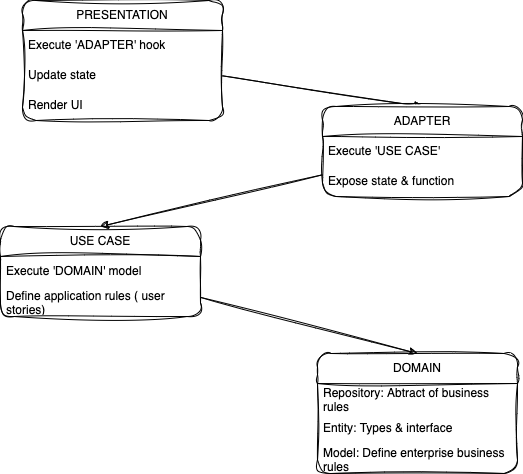
This is CA-flow.drawio.png from milhlhat/react-clean-architecture, a draw.io export, as it was before one commit. Source tidied: cells renumbered, new cells last; positions are measured from the earlier drawing's top-left corner, leaving out a move shared by most shapes. Its diagram source:
```xml
<mxGraphModel>
  <root>
    <mxCell id="0" />
    <mxCell id="1" parent="0" />
    <mxCell id="2" style="edgeStyle=none;html=1;entryX=0.5;entryY=0;entryDx=0;entryDy=0;rounded=1;sketch=1;curveFitting=1;jiggle=2;" parent="1" edge="1" source="3" target="8">
      <mxGeometry relative="1" as="geometry" />
    </mxCell>
    <mxCell id="3" value="PRESENTATION" style="swimlane;fontStyle=0;horizontal=1;startSize=30;whiteSpace=wrap;html=1;rounded=1;sketch=1;curveFitting=1;jiggle=2;" parent="1" vertex="1">
      <mxGeometry x="22" width="200" height="120" as="geometry" />
    </mxCell>
    <mxCell id="4" value="Execute 'ADAPTER' hook" style="text;strokeColor=none;fillColor=none;align=left;verticalAlign=middle;spacingLeft=4;spacingRight=4;overflow=hidden;whiteSpace=wrap;html=1;rounded=1;sketch=1;curveFitting=1;jiggle=2;" parent="3" vertex="1">
      <mxGeometry y="30" width="200" height="30" as="geometry" />
    </mxCell>
    <mxCell id="5" value="Update state" style="text;strokeColor=none;fillColor=none;align=left;verticalAlign=middle;spacingLeft=4;spacingRight=4;overflow=hidden;whiteSpace=wrap;html=1;rounded=1;sketch=1;curveFitting=1;jiggle=2;" parent="3" vertex="1">
      <mxGeometry y="60" width="200" height="30" as="geometry" />
    </mxCell>
    <mxCell id="6" value="Render UI" style="text;strokeColor=none;fillColor=none;align=left;verticalAlign=middle;spacingLeft=4;spacingRight=4;overflow=hidden;whiteSpace=wrap;html=1;rounded=1;sketch=1;curveFitting=1;jiggle=2;" parent="3" vertex="1">
      <mxGeometry y="90" width="200" height="30" as="geometry" />
    </mxCell>
    <mxCell id="7" style="edgeStyle=none;html=1;entryX=0.5;entryY=0;entryDx=0;entryDy=0;rounded=1;sketch=1;curveFitting=1;jiggle=2;" parent="1" edge="1" source="8" target="12">
      <mxGeometry relative="1" as="geometry" />
    </mxCell>
    <mxCell id="8" value="ADAPTER" style="swimlane;fontStyle=0;horizontal=1;startSize=30;whiteSpace=wrap;html=1;rounded=1;sketch=1;curveFitting=1;jiggle=2;" parent="1" vertex="1">
      <mxGeometry x="322" y="106" width="200" height="90" as="geometry" />
    </mxCell>
    <mxCell id="9" value="Execute 'USE CASE'" style="text;strokeColor=none;fillColor=none;align=left;verticalAlign=middle;spacingLeft=4;spacingRight=4;overflow=hidden;whiteSpace=wrap;html=1;rounded=1;sketch=1;curveFitting=1;jiggle=2;" parent="8" vertex="1">
      <mxGeometry y="30" width="200" height="30" as="geometry" />
    </mxCell>
    <mxCell id="10" value="Expose state &amp;amp; function" style="text;strokeColor=none;fillColor=none;align=left;verticalAlign=middle;spacingLeft=4;spacingRight=4;overflow=hidden;whiteSpace=wrap;html=1;rounded=1;sketch=1;curveFitting=1;jiggle=2;" parent="8" vertex="1">
      <mxGeometry y="60" width="200" height="30" as="geometry" />
    </mxCell>
    <mxCell id="11" style="edgeStyle=none;html=1;entryX=0.5;entryY=0;entryDx=0;entryDy=0;rounded=1;sketch=1;curveFitting=1;jiggle=2;" parent="1" edge="1" source="12" target="15">
      <mxGeometry relative="1" as="geometry" />
    </mxCell>
    <mxCell id="12" value="USE CASE" style="swimlane;fontStyle=0;horizontal=1;startSize=30;whiteSpace=wrap;html=1;rounded=1;sketch=1;curveFitting=1;jiggle=2;" parent="1" vertex="1">
      <mxGeometry y="226" width="200" height="90" as="geometry" />
    </mxCell>
    <mxCell id="13" value="Execute 'DOMAIN' model" style="text;strokeColor=none;fillColor=none;align=left;verticalAlign=middle;spacingLeft=4;spacingRight=4;overflow=hidden;whiteSpace=wrap;html=1;rounded=1;sketch=1;curveFitting=1;jiggle=2;" parent="12" vertex="1">
      <mxGeometry y="30" width="200" height="30" as="geometry" />
    </mxCell>
    <mxCell id="14" value="Define application rules ( user stories)" style="text;strokeColor=none;fillColor=none;align=left;verticalAlign=middle;spacingLeft=4;spacingRight=4;overflow=hidden;whiteSpace=wrap;html=1;rounded=1;sketch=1;curveFitting=1;jiggle=2;" parent="12" vertex="1">
      <mxGeometry y="60" width="200" height="30" as="geometry" />
    </mxCell>
    <mxCell id="15" value="DOMAIN" style="swimlane;fontStyle=0;horizontal=1;startSize=30;whiteSpace=wrap;html=1;rounded=1;sketch=1;curveFitting=1;jiggle=2;" parent="1" vertex="1">
      <mxGeometry x="317" y="353" width="200" height="120" as="geometry" />
    </mxCell>
    <mxCell id="16" value="Repository: Abtract of business rules" style="text;strokeColor=none;fillColor=none;align=left;verticalAlign=middle;spacingLeft=4;spacingRight=4;overflow=hidden;whiteSpace=wrap;html=1;rounded=1;sketch=1;curveFitting=1;jiggle=2;" parent="15" vertex="1">
      <mxGeometry y="30" width="200" height="30" as="geometry" />
    </mxCell>
    <mxCell id="17" value="Entity: Types &amp;amp; interface" style="text;strokeColor=none;fillColor=none;align=left;verticalAlign=middle;spacingLeft=4;spacingRight=4;overflow=hidden;whiteSpace=wrap;html=1;rounded=1;sketch=1;curveFitting=1;jiggle=2;" parent="15" vertex="1">
      <mxGeometry y="60" width="200" height="30" as="geometry" />
    </mxCell>
    <mxCell id="18" value="Model: Define enterprise business rules" style="text;strokeColor=none;fillColor=none;align=left;verticalAlign=middle;spacingLeft=4;spacingRight=4;overflow=hidden;whiteSpace=wrap;html=1;rounded=1;sketch=1;curveFitting=1;jiggle=2;" parent="15" vertex="1">
      <mxGeometry y="90" width="200" height="30" as="geometry" />
    </mxCell>
  </root>
</mxGraphModel>
```
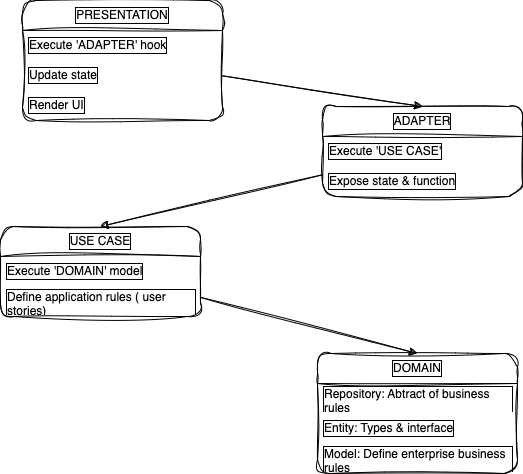
The same diagram one commit later.

The edit, as a diff of the source:
```diff
@@ -1,56 +1,56 @@
-<mxGraphModel>
+<mxGraphModel background="#ffffff">
   <root>
     <mxCell id="0" />
     <mxCell id="1" parent="0" />
-    <mxCell id="2" style="edgeStyle=none;html=1;entryX=0.5;entryY=0;entryDx=0;entryDy=0;rounded=1;sketch=1;curveFitting=1;jiggle=2;" parent="1" edge="1" source="3" target="8">
+    <mxCell id="2" style="edgeStyle=none;html=1;entryX=0.5;entryY=0;entryDx=0;entryDy=0;rounded=1;sketch=1;curveFitting=1;jiggle=2;fontColor=#000000;labelBorderColor=default;" parent="1" edge="1" source="3" target="8">
       <mxGeometry relative="1" as="geometry" />
     </mxCell>
-    <mxCell id="3" value="PRESENTATION" style="swimlane;fontStyle=0;horizontal=1;startSize=30;whiteSpace=wrap;html=1;rounded=1;sketch=1;curveFitting=1;jiggle=2;" parent="1" vertex="1">
+    <mxCell id="3" value="PRESENTATION" style="swimlane;fontStyle=0;horizontal=1;startSize=30;whiteSpace=wrap;html=1;rounded=1;sketch=1;curveFitting=1;jiggle=2;fillColor=none;fontColor=#000000;labelBorderColor=#000000;" parent="1" vertex="1">
       <mxGeometry x="22" width="200" height="120" as="geometry" />
     </mxCell>
-    <mxCell id="4" value="Execute 'ADAPTER' hook" style="text;strokeColor=none;fillColor=none;align=left;verticalAlign=middle;spacingLeft=4;spacingRight=4;overflow=hidden;whiteSpace=wrap;html=1;rounded=1;sketch=1;curveFitting=1;jiggle=2;" parent="3" vertex="1">
+    <mxCell id="4" value="Execute 'ADAPTER' hook" style="text;strokeColor=none;fillColor=none;align=left;verticalAlign=middle;spacingLeft=4;spacingRight=4;overflow=hidden;whiteSpace=wrap;html=1;rounded=1;sketch=1;curveFitting=1;jiggle=2;fontColor=#000000;labelBorderColor=default;" parent="3" vertex="1">
       <mxGeometry y="30" width="200" height="30" as="geometry" />
     </mxCell>
-    <mxCell id="5" value="Update state" style="text;strokeColor=none;fillColor=none;align=left;verticalAlign=middle;spacingLeft=4;spacingRight=4;overflow=hidden;whiteSpace=wrap;html=1;rounded=1;sketch=1;curveFitting=1;jiggle=2;" parent="3" vertex="1">
+    <mxCell id="5" value="Update state" style="text;strokeColor=none;fillColor=none;align=left;verticalAlign=middle;spacingLeft=4;spacingRight=4;overflow=hidden;whiteSpace=wrap;html=1;rounded=1;sketch=1;curveFitting=1;jiggle=2;fontColor=#000000;labelBorderColor=default;" parent="3" vertex="1">
       <mxGeometry y="60" width="200" height="30" as="geometry" />
     </mxCell>
-    <mxCell id="6" value="Render UI" style="text;strokeColor=none;fillColor=none;align=left;verticalAlign=middle;spacingLeft=4;spacingRight=4;overflow=hidden;whiteSpace=wrap;html=1;rounded=1;sketch=1;curveFitting=1;jiggle=2;" parent="3" vertex="1">
+    <mxCell id="6" value="Render UI" style="text;strokeColor=none;fillColor=none;align=left;verticalAlign=middle;spacingLeft=4;spacingRight=4;overflow=hidden;whiteSpace=wrap;html=1;rounded=1;sketch=1;curveFitting=1;jiggle=2;fontColor=#000000;labelBorderColor=default;" parent="3" vertex="1">
       <mxGeometry y="90" width="200" height="30" as="geometry" />
     </mxCell>
-    <mxCell id="7" style="edgeStyle=none;html=1;entryX=0.5;entryY=0;entryDx=0;entryDy=0;rounded=1;sketch=1;curveFitting=1;jiggle=2;" parent="1" edge="1" source="8" target="12">
+    <mxCell id="7" style="edgeStyle=none;html=1;entryX=0.5;entryY=0;entryDx=0;entryDy=0;rounded=1;sketch=1;curveFitting=1;jiggle=2;fontColor=#000000;labelBorderColor=default;" parent="1" edge="1" source="8" target="12">
       <mxGeometry relative="1" as="geometry" />
     </mxCell>
-    <mxCell id="8" value="ADAPTER" style="swimlane;fontStyle=0;horizontal=1;startSize=30;whiteSpace=wrap;html=1;rounded=1;sketch=1;curveFitting=1;jiggle=2;" parent="1" vertex="1">
+    <mxCell id="8" value="ADAPTER" style="swimlane;fontStyle=0;horizontal=1;startSize=30;whiteSpace=wrap;html=1;rounded=1;sketch=1;curveFitting=1;jiggle=2;fillColor=none;fontColor=#000000;labelBorderColor=default;" parent="1" vertex="1">
       <mxGeometry x="322" y="106" width="200" height="90" as="geometry" />
     </mxCell>
-    <mxCell id="9" value="Execute 'USE CASE'" style="text;strokeColor=none;fillColor=none;align=left;verticalAlign=middle;spacingLeft=4;spacingRight=4;overflow=hidden;whiteSpace=wrap;html=1;rounded=1;sketch=1;curveFitting=1;jiggle=2;" parent="8" vertex="1">
+    <mxCell id="9" value="Execute 'USE CASE'" style="text;strokeColor=none;fillColor=none;align=left;verticalAlign=middle;spacingLeft=4;spacingRight=4;overflow=hidden;whiteSpace=wrap;html=1;rounded=1;sketch=1;curveFitting=1;jiggle=2;fontColor=#000000;labelBorderColor=default;" parent="8" vertex="1">
       <mxGeometry y="30" width="200" height="30" as="geometry" />
     </mxCell>
-    <mxCell id="10" value="Expose state &amp;amp; function" style="text;strokeColor=none;fillColor=none;align=left;verticalAlign=middle;spacingLeft=4;spacingRight=4;overflow=hidden;whiteSpace=wrap;html=1;rounded=1;sketch=1;curveFitting=1;jiggle=2;" parent="8" vertex="1">
+    <mxCell id="10" value="Expose state &amp;amp; function" style="text;strokeColor=none;fillColor=none;align=left;verticalAlign=middle;spacingLeft=4;spacingRight=4;overflow=hidden;whiteSpace=wrap;html=1;rounded=1;sketch=1;curveFitting=1;jiggle=2;fontColor=#000000;labelBorderColor=default;" parent="8" vertex="1">
       <mxGeometry y="60" width="200" height="30" as="geometry" />
     </mxCell>
-    <mxCell id="11" style="edgeStyle=none;html=1;entryX=0.5;entryY=0;entryDx=0;entryDy=0;rounded=1;sketch=1;curveFitting=1;jiggle=2;" parent="1" edge="1" source="12" target="15">
+    <mxCell id="11" style="edgeStyle=none;html=1;entryX=0.5;entryY=0;entryDx=0;entryDy=0;rounded=1;sketch=1;curveFitting=1;jiggle=2;fontColor=#000000;labelBorderColor=default;" parent="1" edge="1" source="12" target="15">
       <mxGeometry relative="1" as="geometry" />
     </mxCell>
-    <mxCell id="12" value="USE CASE" style="swimlane;fontStyle=0;horizontal=1;startSize=30;whiteSpace=wrap;html=1;rounded=1;sketch=1;curveFitting=1;jiggle=2;" parent="1" vertex="1">
+    <mxCell id="12" value="USE CASE" style="swimlane;fontStyle=0;horizontal=1;startSize=30;whiteSpace=wrap;html=1;rounded=1;sketch=1;curveFitting=1;jiggle=2;fillColor=none;fontColor=#000000;labelBorderColor=default;" parent="1" vertex="1">
       <mxGeometry y="226" width="200" height="90" as="geometry" />
     </mxCell>
-    <mxCell id="13" value="Execute 'DOMAIN' model" style="text;strokeColor=none;fillColor=none;align=left;verticalAlign=middle;spacingLeft=4;spacingRight=4;overflow=hidden;whiteSpace=wrap;html=1;rounded=1;sketch=1;curveFitting=1;jiggle=2;" parent="12" vertex="1">
+    <mxCell id="13" value="Execute 'DOMAIN' model" style="text;strokeColor=none;fillColor=none;align=left;verticalAlign=middle;spacingLeft=4;spacingRight=4;overflow=hidden;whiteSpace=wrap;html=1;rounded=1;sketch=1;curveFitting=1;jiggle=2;fontColor=#000000;labelBorderColor=default;" parent="12" vertex="1">
       <mxGeometry y="30" width="200" height="30" as="geometry" />
     </mxCell>
-    <mxCell id="14" value="Define application rules ( user stories)" style="text;strokeColor=none;fillColor=none;align=left;verticalAlign=middle;spacingLeft=4;spacingRight=4;overflow=hidden;whiteSpace=wrap;html=1;rounded=1;sketch=1;curveFitting=1;jiggle=2;" parent="12" vertex="1">
+    <mxCell id="14" value="Define application rules ( user stories)" style="text;strokeColor=none;fillColor=none;align=left;verticalAlign=middle;spacingLeft=4;spacingRight=4;overflow=hidden;whiteSpace=wrap;html=1;rounded=1;sketch=1;curveFitting=1;jiggle=2;fontColor=#000000;labelBorderColor=default;" parent="12" vertex="1">
       <mxGeometry y="60" width="200" height="30" as="geometry" />
     </mxCell>
-    <mxCell id="15" value="DOMAIN" style="swimlane;fontStyle=0;horizontal=1;startSize=30;whiteSpace=wrap;html=1;rounded=1;sketch=1;curveFitting=1;jiggle=2;" parent="1" vertex="1">
+    <mxCell id="15" value="DOMAIN" style="swimlane;fontStyle=0;horizontal=1;startSize=30;whiteSpace=wrap;html=1;rounded=1;sketch=1;curveFitting=1;jiggle=2;fillColor=none;fontColor=#000000;labelBorderColor=default;" parent="1" vertex="1">
       <mxGeometry x="317" y="353" width="200" height="120" as="geometry" />
     </mxCell>
-    <mxCell id="16" value="Repository: Abtract of business rules" style="text;strokeColor=none;fillColor=none;align=left;verticalAlign=middle;spacingLeft=4;spacingRight=4;overflow=hidden;whiteSpace=wrap;html=1;rounded=1;sketch=1;curveFitting=1;jiggle=2;" parent="15" vertex="1">
+    <mxCell id="16" value="Repository: Abtract of business rules" style="text;strokeColor=none;fillColor=none;align=left;verticalAlign=middle;spacingLeft=4;spacingRight=4;overflow=hidden;whiteSpace=wrap;html=1;rounded=1;sketch=1;curveFitting=1;jiggle=2;fontColor=#000000;labelBorderColor=default;" parent="15" vertex="1">
       <mxGeometry y="30" width="200" height="30" as="geometry" />
     </mxCell>
-    <mxCell id="17" value="Entity: Types &amp;amp; interface" style="text;strokeColor=none;fillColor=none;align=left;verticalAlign=middle;spacingLeft=4;spacingRight=4;overflow=hidden;whiteSpace=wrap;html=1;rounded=1;sketch=1;curveFitting=1;jiggle=2;" parent="15" vertex="1">
+    <mxCell id="17" value="Entity: Types &amp;amp; interface" style="text;strokeColor=none;fillColor=none;align=left;verticalAlign=middle;spacingLeft=4;spacingRight=4;overflow=hidden;whiteSpace=wrap;html=1;rounded=1;sketch=1;curveFitting=1;jiggle=2;fontColor=#000000;labelBorderColor=default;" parent="15" vertex="1">
       <mxGeometry y="60" width="200" height="30" as="geometry" />
     </mxCell>
-    <mxCell id="18" value="Model: Define enterprise business rules" style="text;strokeColor=none;fillColor=none;align=left;verticalAlign=middle;spacingLeft=4;spacingRight=4;overflow=hidden;whiteSpace=wrap;html=1;rounded=1;sketch=1;curveFitting=1;jiggle=2;" parent="15" vertex="1">
+    <mxCell id="18" value="Model: Define enterprise business rules" style="text;strokeColor=none;fillColor=none;align=left;verticalAlign=middle;spacingLeft=4;spacingRight=4;overflow=hidden;whiteSpace=wrap;html=1;rounded=1;sketch=1;curveFitting=1;jiggle=2;fontColor=#000000;labelBorderColor=default;" parent="15" vertex="1">
       <mxGeometry y="90" width="200" height="30" as="geometry" />
     </mxCell>
   </root>
```
